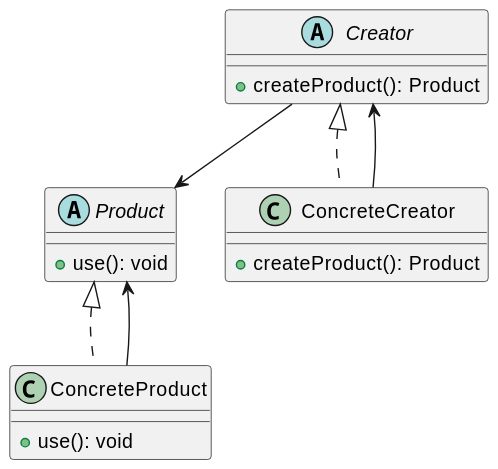
This is out/patterns/factory_method/factory_method.svg from KubEF/architecture-learn-materials, a PlantUML export, as it was before one commit. Source of this version:
```plantuml
@startuml
abstract class Creator {
    +createProduct(): Product
}

abstract class Product {
    +use(): void
}

class ConcreteCreator implements Creator {
    +createProduct(): Product
}

class ConcreteProduct implements Product {
    +use(): void
}

Creator --> Product
ConcreteCreator --> Creator
ConcreteProduct --> Product
@enduml
```
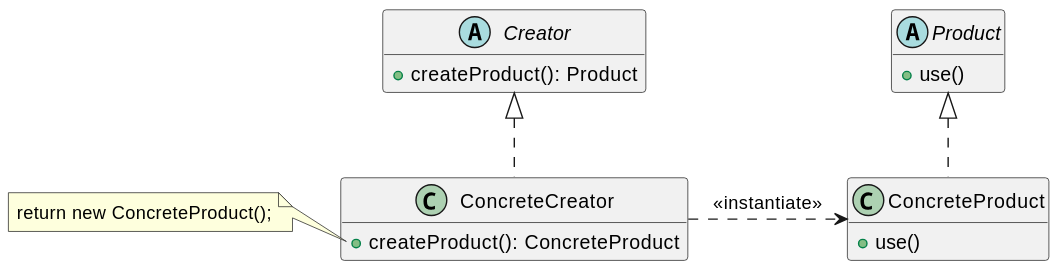
The same file after the commit.

What changed in the source:
```diff
@@ -1,21 +1,25 @@
 @startuml
+hide empty members
+
 abstract class Creator {
     +createProduct(): Product
 }
 
 abstract class Product {
-    +use(): void
+    +use()
 }
 
 class ConcreteCreator implements Creator {
-    +createProduct(): Product
+    +createProduct(): ConcreteProduct
 }
 
+note left of ConcreteCreator::createProduct
+    return new ConcreteProduct();
+end note
+
 class ConcreteProduct implements Product {
-    +use(): void
+    +use()
 }
 
-Creator --> Product
-ConcreteCreator --> Creator
-ConcreteProduct --> Product
+ConcreteCreator .> ConcreteProduct : <<instantiate>>
 @enduml
```
